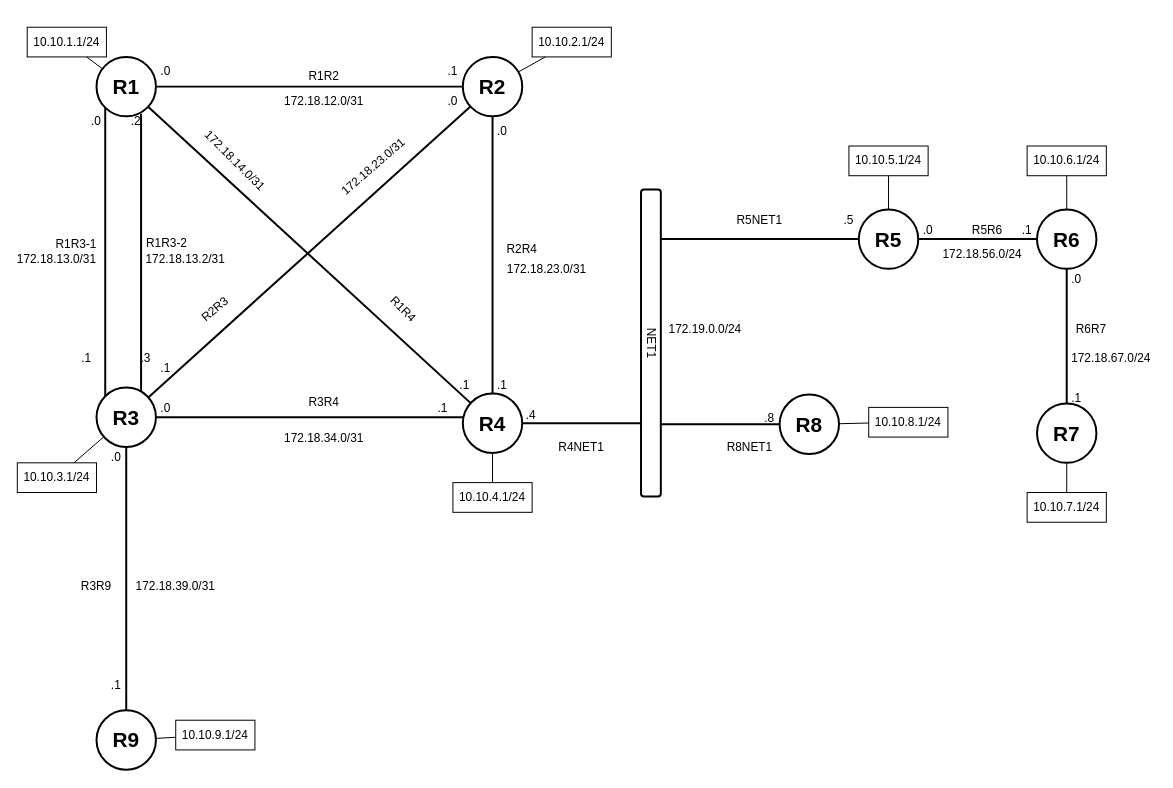
Before: page "Rev1" (1 of 3) of fortigate-bgp/assets/topologies/bgp-lab-master.drawio in sanderzegers/technotes, a draw.io diagram. Source tidied: cells renumbered, new cells numbered last; positions are measured from the earlier drawing's top-left corner, leaving out a move shared by most shapes. Both pictures are drawn from the tidied source at 99%, with x=0, y=0 at pixel (17, 27).
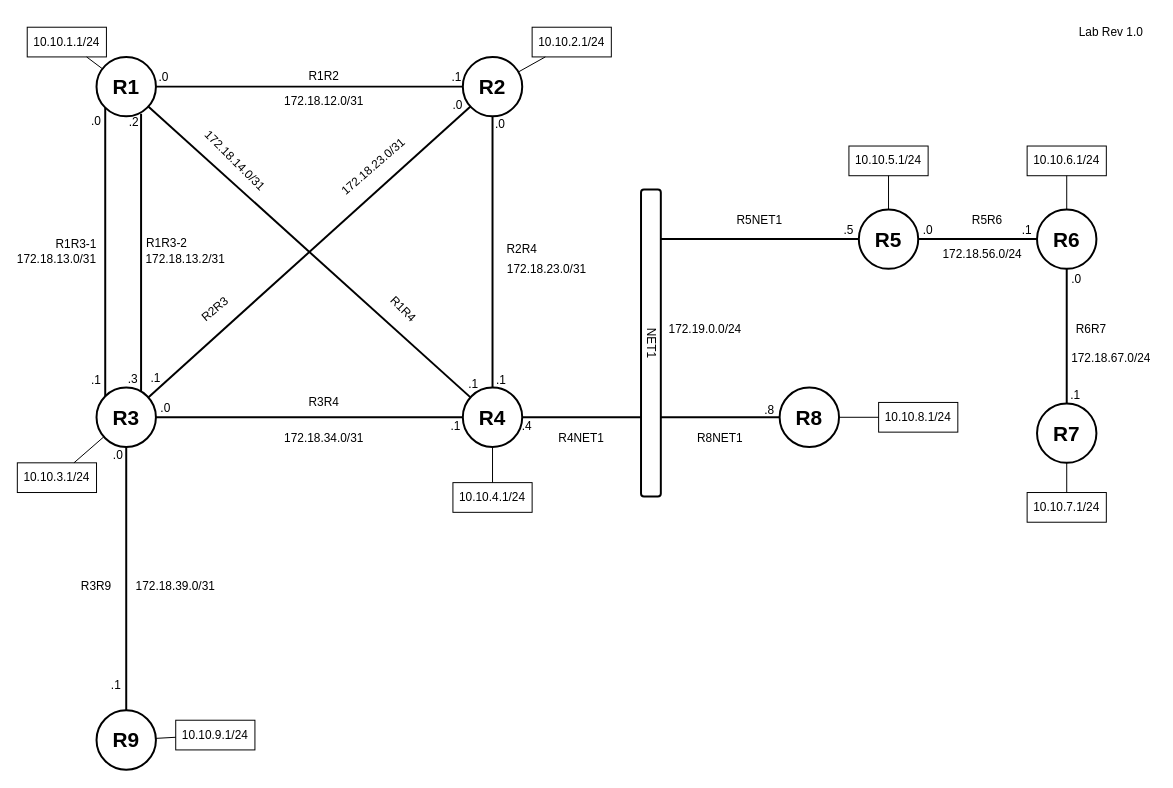
After the change.

The edit, as a diff of the source:
```diff
@@
     <mxCell id="5" value="R4" style="ellipse;whiteSpace=wrap;html=1;fontStyle=1;fontSize=21;strokeWidth=2;" parent="1" vertex="1">
-      <mxGeometry x="450" y="370" width="60" height="60" as="geometry" />
+      <mxGeometry x="450" y="364" width="60" height="60" as="geometry" />
     </mxCell>
@@
     <mxCell id="7" value="R8" style="ellipse;whiteSpace=wrap;html=1;fontStyle=1;fontSize=21;strokeWidth=2;" parent="1" vertex="1">
-      <mxGeometry x="770" y="371" width="60" height="60" as="geometry" />
+      <mxGeometry x="770" y="364" width="60" height="60" as="geometry" />
     </mxCell>
@@
     <mxCell id="32" value="R4NET1" style="text;html=1;whiteSpace=wrap;strokeColor=none;fillColor=none;align=center;verticalAlign=middle;rounded=0;" parent="25" vertex="1">
-      <mxGeometry x="540" y="410" width="60" height="30" as="geometry" />
+      <mxGeometry x="540" y="400" width="60" height="30" as="geometry" />
     </mxCell>
     <mxCell id="33" value="R8NET1" style="text;html=1;whiteSpace=wrap;strokeColor=none;fillColor=none;align=center;verticalAlign=middle;rounded=0;" parent="25" vertex="1">
-      <mxGeometry x="710" y="410" width="60" height="30" as="geometry" />
+      <mxGeometry x="680" y="400" width="60" height="30" as="geometry" />
     </mxCell>
@@
     <mxCell id="35" value="R5R6" style="text;html=1;whiteSpace=wrap;strokeColor=none;fillColor=none;align=center;verticalAlign=middle;rounded=0;" parent="25" vertex="1">
-      <mxGeometry x="960" y="190" width="40" height="30" as="geometry" />
+      <mxGeometry x="960" y="180" width="40" height="30" as="geometry" />
     </mxCell>
@@
     <mxCell id="41" value=".0" style="text;html=1;whiteSpace=wrap;strokeColor=none;fillColor=none;align=center;verticalAlign=middle;rounded=0;" parent="39" vertex="1">
-      <mxGeometry x="120" y="30" width="60" height="30" as="geometry" />
+      <mxGeometry x="118" y="36" width="60" height="30" as="geometry" />
     </mxCell>
     <mxCell id="42" value=".1" style="text;html=1;whiteSpace=wrap;strokeColor=none;fillColor=none;align=center;verticalAlign=middle;rounded=0;" parent="39" vertex="1">
-      <mxGeometry x="410" y="30" width="60" height="30" as="geometry" />
+      <mxGeometry x="414" y="36" width="60" height="30" as="geometry" />
     </mxCell>
@@
     <mxCell id="45" value=".1" style="text;html=1;whiteSpace=wrap;strokeColor=none;fillColor=none;align=center;verticalAlign=middle;rounded=0;" parent="39" vertex="1">
-      <mxGeometry x="400" y="370" width="60" height="30" as="geometry" />
+      <mxGeometry x="433" y="388" width="20" height="30" as="geometry" />
     </mxCell>
     <mxCell id="46" value=".1" style="text;html=1;whiteSpace=wrap;strokeColor=none;fillColor=none;align=center;verticalAlign=middle;rounded=0;" parent="39" vertex="1">
-      <mxGeometry x="444" y="347" width="16" height="30" as="geometry" />
+      <mxGeometry x="453" y="346" width="16" height="30" as="geometry" />
     </mxCell>
@@
     <mxCell id="49" value=".0" style="text;html=1;whiteSpace=wrap;strokeColor=none;fillColor=none;align=center;verticalAlign=middle;rounded=0;" parent="39" vertex="1">
-      <mxGeometry x="410" y="60" width="60" height="30" as="geometry" />
+      <mxGeometry x="415" y="64" width="60" height="30" as="geometry" />
     </mxCell>
     <mxCell id="50" value=".1" style="text;html=1;whiteSpace=wrap;strokeColor=none;fillColor=none;align=center;verticalAlign=middle;rounded=0;" parent="39" vertex="1">
-      <mxGeometry x="120" y="330" width="60" height="30" as="geometry" />
+      <mxGeometry x="110" y="340" width="60" height="30" as="geometry" />
     </mxCell>
     <mxCell id="51" value=".3" style="text;html=1;whiteSpace=wrap;strokeColor=none;fillColor=none;align=center;verticalAlign=middle;rounded=0;" parent="39" vertex="1">
-      <mxGeometry x="100" y="320" width="60" height="30" as="geometry" />
+      <mxGeometry x="87" y="341" width="60" height="30" as="geometry" />
     </mxCell>
     <mxCell id="52" value=".1" style="text;html=1;whiteSpace=wrap;strokeColor=none;fillColor=none;align=center;verticalAlign=middle;rounded=0;" parent="39" vertex="1">
-      <mxGeometry x="40" y="320" width="60" height="30" as="geometry" />
+      <mxGeometry x="50" y="342" width="60" height="30" as="geometry" />
     </mxCell>
@@
     <mxCell id="54" value=".2" style="text;html=1;whiteSpace=wrap;strokeColor=none;fillColor=none;align=center;verticalAlign=middle;rounded=0;" parent="39" vertex="1">
-      <mxGeometry x="90" y="80" width="60" height="30" as="geometry" />
+      <mxGeometry x="88" y="81" width="60" height="30" as="geometry" />
     </mxCell>
@@
     <mxCell id="58" value=".0" style="text;html=1;whiteSpace=wrap;strokeColor=none;fillColor=none;align=center;verticalAlign=middle;rounded=0;" parent="39" vertex="1">
-      <mxGeometry x="460" y="90" width="60" height="30" as="geometry" />
+      <mxGeometry x="458" y="83" width="60" height="30" as="geometry" />
     </mxCell>
     <mxCell id="59" value=".1" style="text;html=1;whiteSpace=wrap;strokeColor=none;fillColor=none;align=center;verticalAlign=middle;rounded=0;" parent="39" vertex="1">
-      <mxGeometry x="475" y="347" width="30" height="30" as="geometry" />
+      <mxGeometry x="474" y="342" width="30" height="30" as="geometry" />
     </mxCell>
     <mxCell id="60" value=".4" style="text;html=1;whiteSpace=wrap;strokeColor=none;fillColor=none;align=center;verticalAlign=middle;rounded=0;" parent="39" vertex="1">
-      <mxGeometry x="489" y="377" width="60" height="30" as="geometry" />
+      <mxGeometry x="485" y="388" width="60" height="30" as="geometry" />
     </mxCell>
     <mxCell id="61" value=".5" style="text;html=1;whiteSpace=wrap;strokeColor=none;fillColor=none;align=center;verticalAlign=middle;rounded=0;" parent="39" vertex="1">
-      <mxGeometry x="820" y="180" width="40" height="30" as="geometry" />
+      <mxGeometry x="820" y="190" width="40" height="30" as="geometry" />
     </mxCell>
     <mxCell id="62" value=".8" style="text;html=1;whiteSpace=wrap;strokeColor=none;fillColor=none;align=center;verticalAlign=middle;rounded=0;" parent="39" vertex="1">
-      <mxGeometry x="730" y="380" width="60" height="30" as="geometry" />
+      <mxGeometry x="730" y="372" width="60" height="30" as="geometry" />
     </mxCell>
@@
     <mxCell id="68" value=".1" style="text;html=1;whiteSpace=wrap;strokeColor=none;fillColor=none;align=center;verticalAlign=middle;rounded=0;" parent="39" vertex="1">
-      <mxGeometry x="1050" y="360" width="40" height="30" as="geometry" />
+      <mxGeometry x="1049" y="357" width="40" height="30" as="geometry" />
     </mxCell>
@@
     <mxCell id="71" value=".0" style="text;html=1;whiteSpace=wrap;strokeColor=none;fillColor=none;align=center;verticalAlign=middle;rounded=0;" parent="39" vertex="1">
-      <mxGeometry x="70" y="420" width="60" height="30" as="geometry" />
+      <mxGeometry x="72" y="418" width="60" height="30" as="geometry" />
     </mxCell>
@@
+    <mxCell id="92" value="Lab Rev 1.0" style="text;html=1;whiteSpace=wrap;strokeColor=none;fillColor=none;align=center;verticalAlign=middle;rounded=0;" parent="39" vertex="1">
+      <mxGeometry x="1070" y="-10" width="70" height="30" as="geometry" />
+    </mxCell>
@@
     <mxCell id="81" value="10.10.8.1/24" style="text;html=1;whiteSpace=wrap;align=center;verticalAlign=middle;rounded=0;strokeColor=default;" parent="73" vertex="1">
-      <mxGeometry x="860" y="384" width="80" height="30" as="geometry" />
+      <mxGeometry x="870" y="379" width="80" height="30" as="geometry" />
     </mxCell>
```
